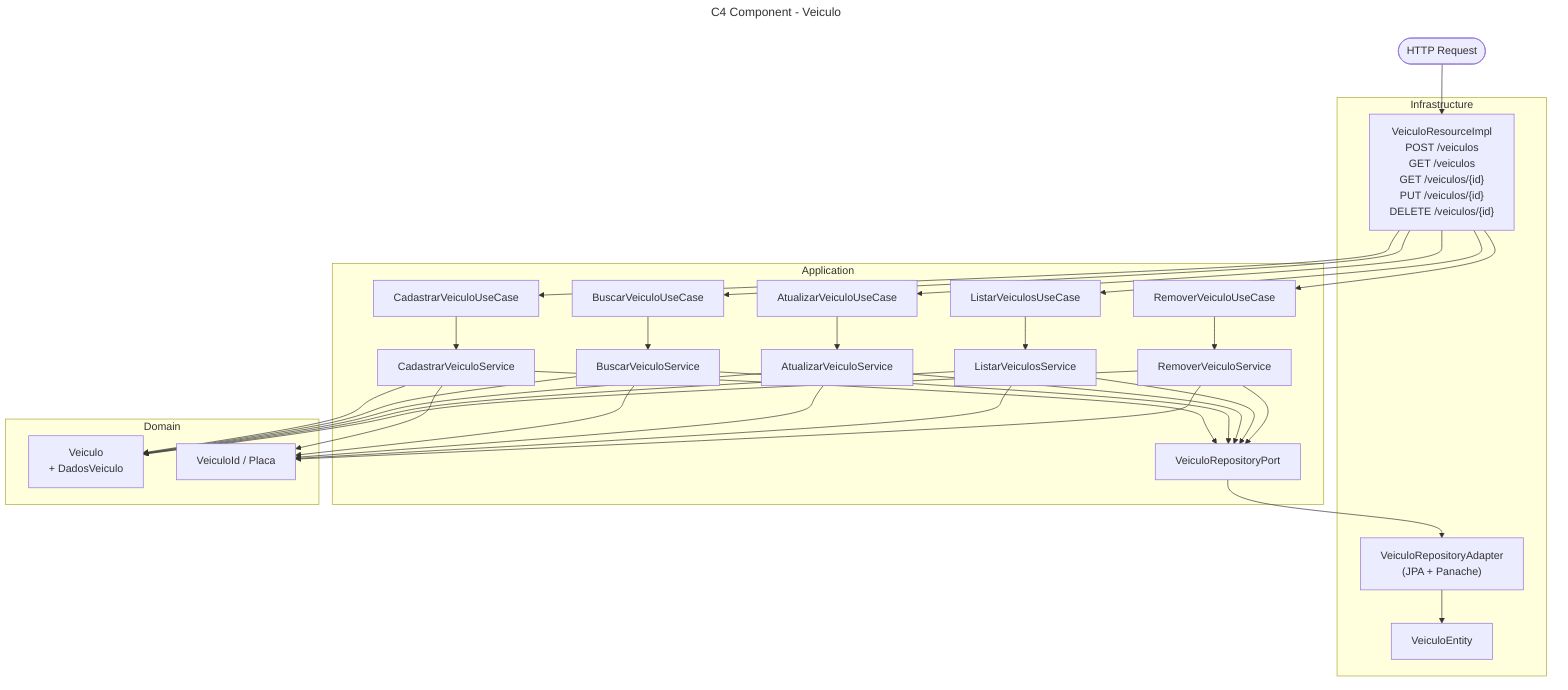
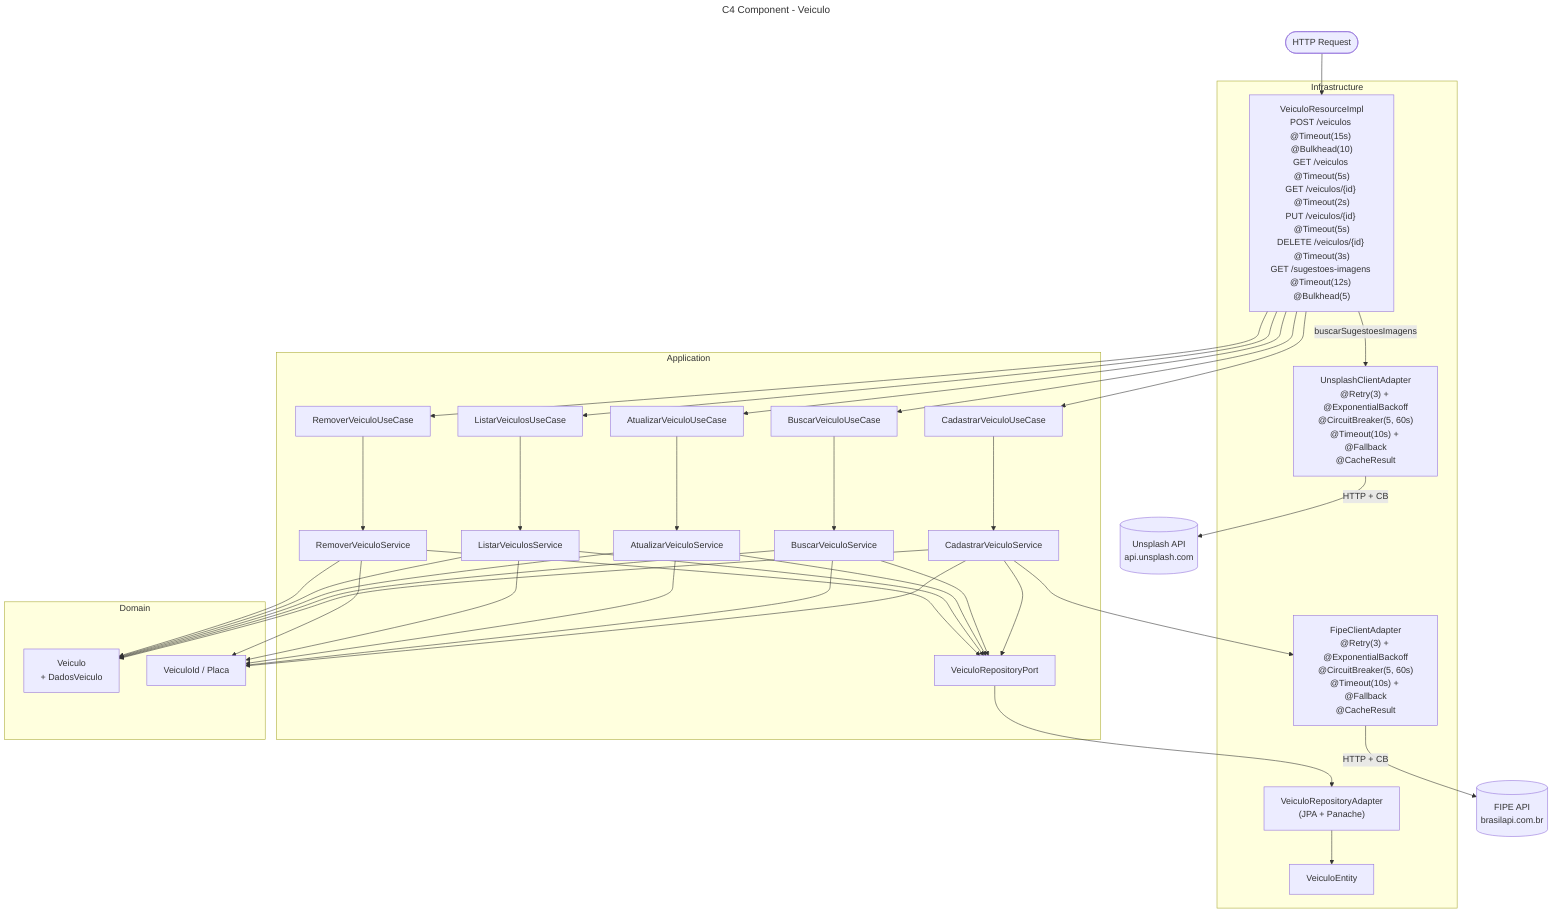
---
title: C4 Component - Veiculo
---
flowchart TD
    HTTP(["HTTP Request"])

    subgraph INFRA["Infrastructure"]
-         VR["VeiculoResourceImpl<br/>POST /veiculos<br/>GET /veiculos<br/>GET /veiculos/{id}<br/>PUT /veiculos/{id}<br/>DELETE /veiculos/{id}"]
+         VR["VeiculoResourceImpl<br/>POST /veiculos @Timeout(15s) @Bulkhead(10)<br/>GET /veiculos @Timeout(5s)<br/>GET /veiculos/{id} @Timeout(2s)<br/>PUT /veiculos/{id} @Timeout(5s)<br/>DELETE /veiculos/{id} @Timeout(3s)<br/>GET /sugestoes-imagens @Timeout(12s) @Bulkhead(5)"]
        VRA["VeiculoRepositoryAdapter<br/>(JPA + Panache)"]
        VE["VeiculoEntity"]
+         FCA["FipeClientAdapter<br/>@Retry(3) + @ExponentialBackoff<br/>@CircuitBreaker(5, 60s)<br/>@Timeout(10s) + @Fallback<br/>@CacheResult"]
+         UCA["UnsplashClientAdapter<br/>@Retry(3) + @ExponentialBackoff<br/>@CircuitBreaker(5, 60s)<br/>@Timeout(10s) + @Fallback<br/>@CacheResult"]
    end
+ 
+     FIPE_API[("FIPE API<br/>brasilapi.com.br")]
+     UNSPLASH_API[("Unsplash API<br/>api.unsplash.com")]

    subgraph APP["Application"]
        CVC["CadastrarVeiculoUseCase"]
        BVC["BuscarVeiculoUseCase"]
        AVC["AtualizarVeiculoUseCase"]
        LVC["ListarVeiculosUseCase"]
        RVC["RemoverVeiculoUseCase"]
        CVS["CadastrarVeiculoService"]
        BVS["BuscarVeiculoService"]
        AVS["AtualizarVeiculoService"]
        LVS["ListarVeiculosService"]
        RVS["RemoverVeiculoService"]
        VRP["VeiculoRepositoryPort"]
    end

    subgraph DOMAIN["Domain"]
        V["Veiculo<br/>+ DadosVeiculo"]
        VO["VeiculoId / Placa"]
    end

    HTTP --> VR
    VR --> CVC & BVC & AVC & LVC & RVC
    CVC --> CVS
    BVC --> BVS
    AVC --> AVS
    LVC --> LVS
    RVC --> RVS
    CVS & BVS & AVS & LVS & RVS --> VRP --> VRA --> VE
    CVS & BVS & AVS & LVS & RVS --> V & VO
+     CVS --> FCA -->|"HTTP + CB"| FIPE_API
+     VR -->|"buscarSugestoesImagens"| UCA -->|"HTTP + CB"| UNSPLASH_API
